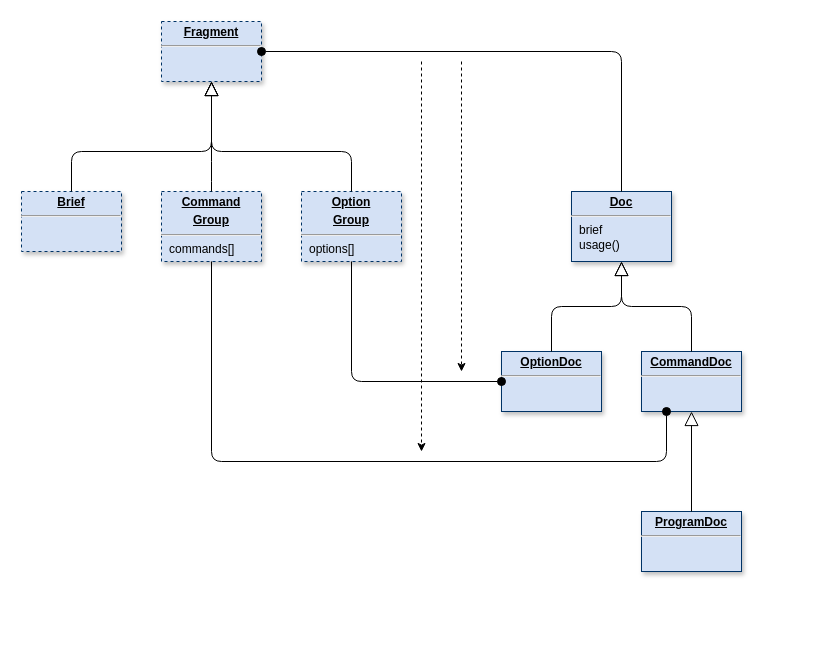
This is page "Doc" (3 of 4) of doc/diagram.drawio from clrgit/shellopts, a draw.io file, before an edit. Source tidied: cells renumbered, new cells numbered last; positions are measured from the earlier drawing's top-left corner, leaving out a move shared by most shapes. Both pictures are drawn from the tidied source at 100%, with x=0, y=0 at pixel (21, 21).
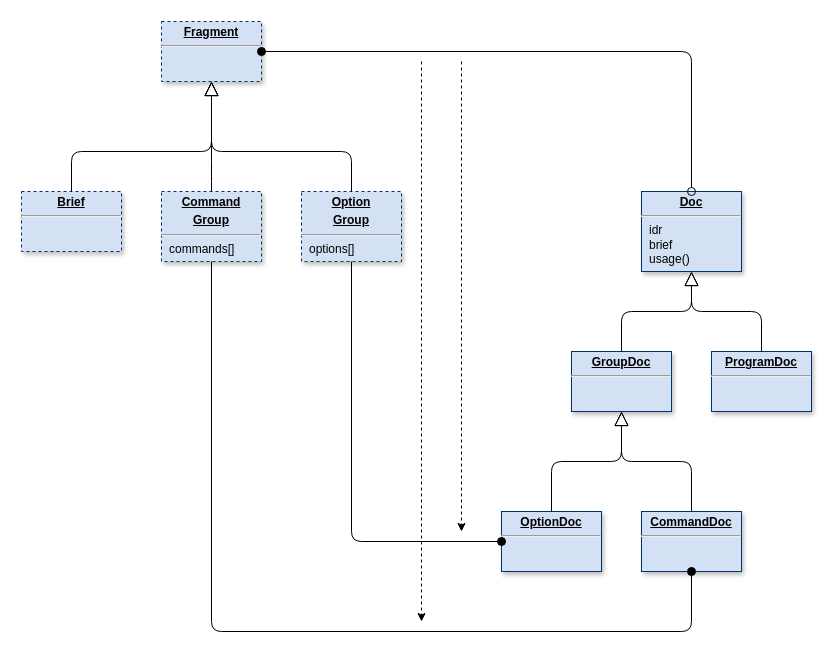
The same diagram, later.

Unchanged cells that the change refers to:
```xml
<mxCell id="2" value="&lt;p style=&quot;margin: 0px ; margin-top: 4px ; text-align: center ; text-decoration: underline&quot;&gt;&lt;b&gt;Fragment&lt;/b&gt;&lt;/p&gt;&lt;hr&gt;&lt;p style=&quot;margin: 0px ; margin-left: 8px&quot;&gt;&lt;br&gt;&lt;/p&gt;" style="verticalAlign=top;align=left;overflow=fill;fontSize=12;fontFamily=Helvetica;html=1;shadow=1;strokeColor=#003366;fillColor=#D4E1F5;dashed=1;" parent="1" vertex="1">
  <mxGeometry x="140" width="100" height="60" as="geometry" />
</mxCell>
<mxCell id="4" value="&lt;p style=&quot;margin: 0px ; margin-top: 4px ; text-align: center ; text-decoration: underline&quot;&gt;&lt;b&gt;Option&lt;/b&gt;&lt;/p&gt;&lt;p style=&quot;margin: 0px ; margin-top: 4px ; text-align: center ; text-decoration: underline&quot;&gt;&lt;b&gt;Group&lt;/b&gt;&lt;/p&gt;&lt;hr&gt;&lt;p style=&quot;margin: 0px ; margin-left: 8px&quot;&gt;options[]&lt;/p&gt;" style="verticalAlign=top;align=left;overflow=fill;fontSize=12;fontFamily=Helvetica;html=1;shadow=1;strokeColor=#003366;fillColor=#D4E1F5;dashed=1;" parent="1" vertex="1">
  <mxGeometry x="280" y="170" width="100" height="70" as="geometry" />
</mxCell>
<mxCell id="5" value="&lt;p style=&quot;margin: 0px ; margin-top: 4px ; text-align: center ; text-decoration: underline&quot;&gt;&lt;b&gt;Command&lt;/b&gt;&lt;/p&gt;&lt;p style=&quot;margin: 0px ; margin-top: 4px ; text-align: center ; text-decoration: underline&quot;&gt;&lt;b&gt;Group&lt;/b&gt;&lt;/p&gt;&lt;hr&gt;&lt;p style=&quot;margin: 0px ; margin-left: 8px&quot;&gt;commands[]&lt;/p&gt;" style="verticalAlign=top;align=left;overflow=fill;fontSize=12;fontFamily=Helvetica;html=1;shadow=1;strokeColor=#003366;fillColor=#D4E1F5;dashed=1;" parent="1" vertex="1">
  <mxGeometry x="140" y="170" width="100" height="70" as="geometry" />
</mxCell>
```

Change to the diagram source:
```diff
@@
-    <mxCell id="9" value="&lt;p style=&quot;margin: 0px ; margin-top: 4px ; text-align: center ; text-decoration: underline&quot;&gt;&lt;b&gt;Doc&lt;/b&gt;&lt;/p&gt;&lt;hr&gt;&lt;p style=&quot;margin: 0px ; margin-left: 8px&quot;&gt;brief&lt;/p&gt;&lt;p style=&quot;margin: 0px ; margin-left: 8px&quot;&gt;usage()&lt;/p&gt;" style="verticalAlign=top;align=left;overflow=fill;fontSize=12;fontFamily=Helvetica;html=1;shadow=1;strokeColor=#003366;fillColor=#D4E1F5;" parent="1" vertex="1">
-      <mxGeometry x="550" y="170" width="100" height="70" as="geometry" />
+    <mxCell id="9" value="&lt;p style=&quot;margin: 0px ; margin-top: 4px ; text-align: center ; text-decoration: underline&quot;&gt;&lt;b&gt;Doc&lt;/b&gt;&lt;/p&gt;&lt;hr&gt;&lt;p style=&quot;margin: 0px ; margin-left: 8px&quot;&gt;idr&lt;/p&gt;&lt;p style=&quot;margin: 0px ; margin-left: 8px&quot;&gt;brief&lt;/p&gt;&lt;p style=&quot;margin: 0px ; margin-left: 8px&quot;&gt;usage()&lt;/p&gt;" style="verticalAlign=top;align=left;overflow=fill;fontSize=12;fontFamily=Helvetica;html=1;shadow=1;strokeColor=#003366;fillColor=#D4E1F5;" parent="1" vertex="1">
+      <mxGeometry x="620" y="170" width="100" height="80" as="geometry" />
     </mxCell>
-    <mxCell id="10" style="endArrow=oval;endSize=8;startArrow=none;startSize=8;startFill=0;edgeStyle=orthogonalEdgeStyle;html=1;endFill=1;labelBackgroundColor=#FFFFFF;" parent="1" edge="1" source="9" target="2">
+    <mxCell id="10" style="endArrow=oval;endSize=8;startArrow=oval;startSize=8;startFill=0;edgeStyle=orthogonalEdgeStyle;html=1;endFill=1;labelBackgroundColor=#FFFFFF;" parent="1" edge="1" source="9" target="2">
       <mxGeometry x="1770" y="335" as="geometry">
         <Array as="points">
-          <mxPoint x="600" y="30" />
+          <mxPoint x="670" y="30" />
         </Array>
       </mxGeometry>
     </mxCell>
@@
     <mxCell id="13" value="&lt;p style=&quot;margin: 0px ; margin-top: 4px ; text-align: center ; text-decoration: underline&quot;&gt;&lt;b&gt;OptionDoc&lt;/b&gt;&lt;/p&gt;&lt;hr&gt;&lt;p style=&quot;margin: 0px ; margin-left: 8px&quot;&gt;&lt;br&gt;&lt;/p&gt;" style="verticalAlign=top;align=left;overflow=fill;fontSize=12;fontFamily=Helvetica;html=1;shadow=1;strokeColor=#003366;fillColor=#D4E1F5;" parent="1" vertex="1">
-      <mxGeometry x="480" y="330" width="100" height="60" as="geometry" />
+      <mxGeometry x="480" y="490" width="100" height="60" as="geometry" />
     </mxCell>
     <mxCell id="14" value="&lt;p style=&quot;margin: 0px ; margin-top: 4px ; text-align: center ; text-decoration: underline&quot;&gt;&lt;b&gt;CommandDoc&lt;/b&gt;&lt;/p&gt;&lt;hr&gt;&lt;p style=&quot;margin: 0px ; margin-left: 8px&quot;&gt;&lt;br&gt;&lt;/p&gt;" style="verticalAlign=top;align=left;overflow=fill;fontSize=12;fontFamily=Helvetica;html=1;shadow=1;strokeColor=#003366;fillColor=#D4E1F5;" parent="1" vertex="1">
-      <mxGeometry x="620" y="330" width="100" height="60" as="geometry" />
+      <mxGeometry x="620" y="490" width="100" height="60" as="geometry" />
     </mxCell>
     <mxCell id="15" value="&lt;p style=&quot;margin: 0px ; margin-top: 4px ; text-align: center ; text-decoration: underline&quot;&gt;&lt;b&gt;ProgramDoc&lt;/b&gt;&lt;/p&gt;&lt;hr&gt;&lt;p style=&quot;margin: 0px ; margin-left: 8px&quot;&gt;&lt;br&gt;&lt;/p&gt;" style="verticalAlign=top;align=left;overflow=fill;fontSize=12;fontFamily=Helvetica;html=1;shadow=1;strokeColor=#003366;fillColor=#D4E1F5;" parent="1" vertex="1">
-      <mxGeometry x="620" y="490" width="100" height="60" as="geometry" />
+      <mxGeometry x="690" y="330" width="100" height="60" as="geometry" />
     </mxCell>
     <mxCell id="16" style="endArrow=oval;endSize=8;startArrow=none;startSize=8;startFill=0;edgeStyle=orthogonalEdgeStyle;html=1;endFill=1;labelBackgroundColor=#FFFFFF;" parent="1" edge="1" source="4" target="13">
       <mxGeometry x="1230" y="755" as="geometry">
         <Array as="points">
-          <mxPoint x="330" y="360" />
+          <mxPoint x="330" y="520" />
         </Array>
       </mxGeometry>
     </mxCell>
@@
-    <mxCell id="19" style="endArrow=oval;endSize=8;startArrow=none;startSize=8;startFill=0;edgeStyle=orthogonalEdgeStyle;html=1;endFill=1;labelBackgroundColor=#FFFFFF;exitX=0.5;exitY=1;exitDx=0;exitDy=0;entryX=0.25;entryY=1;entryDx=0;entryDy=0;" parent="1" edge="1" source="5" target="14">
+    <mxCell id="19" style="endArrow=oval;endSize=8;startArrow=none;startSize=8;startFill=0;edgeStyle=orthogonalEdgeStyle;html=1;endFill=1;labelBackgroundColor=#FFFFFF;exitX=0.5;exitY=1;exitDx=0;exitDy=0;" parent="1" edge="1" source="5" target="14">
       <mxGeometry x="1470" y="525" as="geometry">
         <Array as="points">
-          <mxPoint x="190" y="440" />
-          <mxPoint x="645" y="440" />
+          <mxPoint x="190" y="610" />
+          <mxPoint x="670" y="610" />
         </Array>
       </mxGeometry>
     </mxCell>
@@
     <mxCell id="22" style="endArrow=classic;html=1;labelBackgroundColor=#FFFFFF;dashed=1;" parent="1" edge="1">
       <mxGeometry relative="1" as="geometry">
         <mxPoint x="440" y="40" as="sourcePoint" />
-        <mxPoint x="440" y="350" as="targetPoint" />
+        <mxPoint x="440" y="510" as="targetPoint" />
       </mxGeometry>
     </mxCell>
     <mxCell id="23" style="endArrow=classic;html=1;dashed=1;labelBackgroundColor=#FFFFFF;" parent="1" edge="1">
       <mxGeometry relative="1" as="geometry">
         <mxPoint x="400" y="40" as="sourcePoint" />
-        <mxPoint x="400" y="430" as="targetPoint" />
+        <mxPoint x="400" y="600" as="targetPoint" />
       </mxGeometry>
     </mxCell>
-    <mxCell id="24" style="endArrow=block;endFill=0;endSize=12;html=1;edgeStyle=orthogonalEdgeStyle;labelBackgroundColor=#FFFFFF;" parent="1" edge="1" source="14" target="9">
-      <mxGeometry relative="1" as="geometry" />
-    </mxCell>
-    <mxCell id="25" style="endArrow=block;endFill=0;endSize=12;html=1;edgeStyle=orthogonalEdgeStyle;labelBackgroundColor=#FFFFFF;" parent="1" edge="1" source="15" target="14">
-      <mxGeometry relative="1" as="geometry" />
-    </mxCell>
-    <mxCell id="26" style="endArrow=block;endFill=0;endSize=12;html=1;edgeStyle=orthogonalEdgeStyle;labelBackgroundColor=#FFFFFF;exitX=0.5;exitY=0;exitDx=0;exitDy=0;" parent="1" edge="1" source="13" target="9">
-      <mxGeometry relative="1" as="geometry" />
-    </mxCell>
+    <mxCell id="27" style="endArrow=block;endFill=0;endSize=12;html=1;edgeStyle=orthogonalEdgeStyle;labelBackgroundColor=#FFFFFF;" parent="1" edge="1" source="15" target="9">
+      <mxGeometry relative="1" as="geometry">
+        <Array as="points">
+          <mxPoint x="740" y="290" />
+          <mxPoint x="670" y="290" />
+        </Array>
+      </mxGeometry>
+    </mxCell>
+    <mxCell id="28" value="&lt;p style=&quot;margin: 0px ; margin-top: 4px ; text-align: center ; text-decoration: underline&quot;&gt;&lt;b&gt;GroupDoc&lt;/b&gt;&lt;/p&gt;&lt;hr&gt;&lt;p style=&quot;margin: 0px ; margin-left: 8px&quot;&gt;&lt;br&gt;&lt;/p&gt;" style="verticalAlign=top;align=left;overflow=fill;fontSize=12;fontFamily=Helvetica;html=1;shadow=1;strokeColor=#003366;fillColor=#D4E1F5;" parent="1" vertex="1">
+      <mxGeometry x="550" y="330" width="100" height="60" as="geometry" />
+    </mxCell>
+    <mxCell id="29" style="endArrow=block;endFill=0;endSize=12;html=1;edgeStyle=orthogonalEdgeStyle;labelBackgroundColor=#FFFFFF;" parent="1" edge="1" source="28" target="9">
+      <mxGeometry relative="1" as="geometry" />
+    </mxCell>
+    <mxCell id="30" style="endArrow=block;endFill=0;endSize=12;html=1;edgeStyle=orthogonalEdgeStyle;labelBackgroundColor=#FFFFFF;" parent="1" edge="1" source="13" target="28">
+      <mxGeometry relative="1" as="geometry" />
+    </mxCell>
+    <mxCell id="31" style="endArrow=block;endFill=0;endSize=12;html=1;edgeStyle=orthogonalEdgeStyle;labelBackgroundColor=#FFFFFF;" parent="1" edge="1" source="14" target="28">
+      <mxGeometry relative="1" as="geometry" />
+    </mxCell>
```
